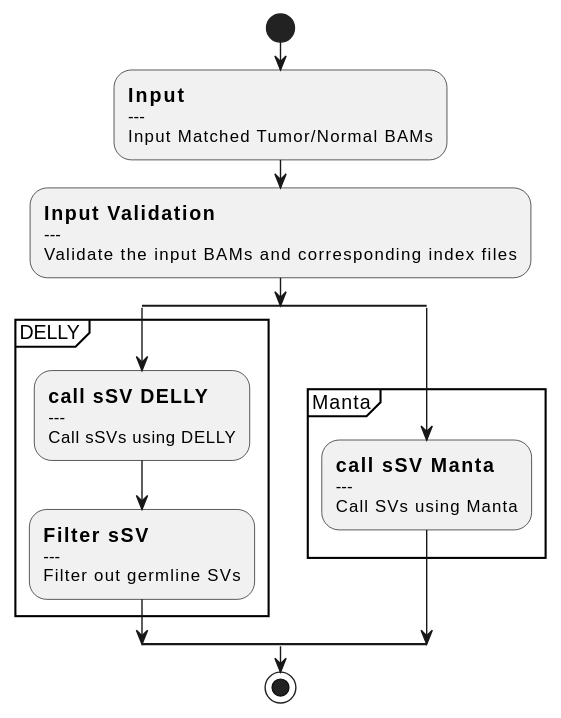
Earlier version of the PlantUML export docs/call-sSV.svg (uclahs-cds/pipeline-call-sSV). Its diagram source:
```plantuml
@startuml
skinparam SwimlaneTitleFontStyle bold

start

:==Input
---
Input Matched Tumor/Normal BAMs;
:==Input Validation
---
Validate the input BAMs and corresponding index files;

split
partition "DELLY" {
    :==call sSV DELLY
    ---
    Call sSVs using DELLY;
    :==Filter sSV
    ---
    Filter out germline SVs;
    }

split again
partition "Manta" {
    :==call sSV Manta
    ---
    Call SVs using Manta;
    }
end split
stop
@enduml
```
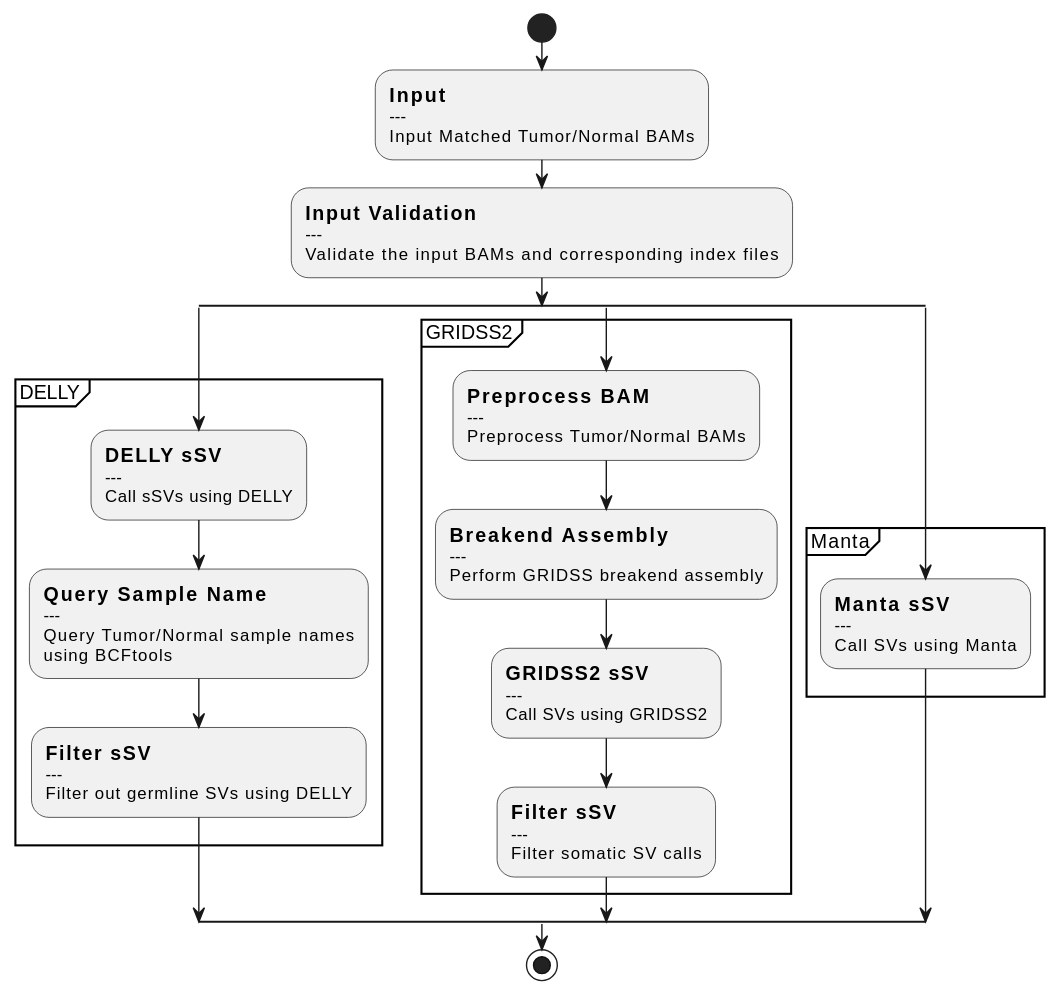
After the commit.

What changed in the source:
```diff
@@ -12,17 +12,37 @@
 
 split
 partition "DELLY" {
-    :==call sSV DELLY
+    :==DELLY sSV
     ---
     Call sSVs using DELLY;
+    :==Query Sample Name
+    ---
+    Query Tumor/Normal sample names
+    using BCFtools;
     :==Filter sSV
     ---
-    Filter out germline SVs;
+    Filter out germline SVs using DELLY;
+    }
+
+split again
+partition "GRIDSS2" {
+    :==Preprocess BAM
+    ---
+    Preprocess Tumor/Normal BAMs;
+    :==Breakend Assembly
+    ---
+    Perform GRIDSS breakend assembly;
+    :==GRIDSS2 sSV
+    ---
+    Call SVs using GRIDSS2;
+    :==Filter sSV
+    ---
+    Filter somatic SV calls;
     }
 
 split again
 partition "Manta" {
-    :==call sSV Manta
+    :==Manta sSV
     ---
     Call SVs using Manta;
     }
```
